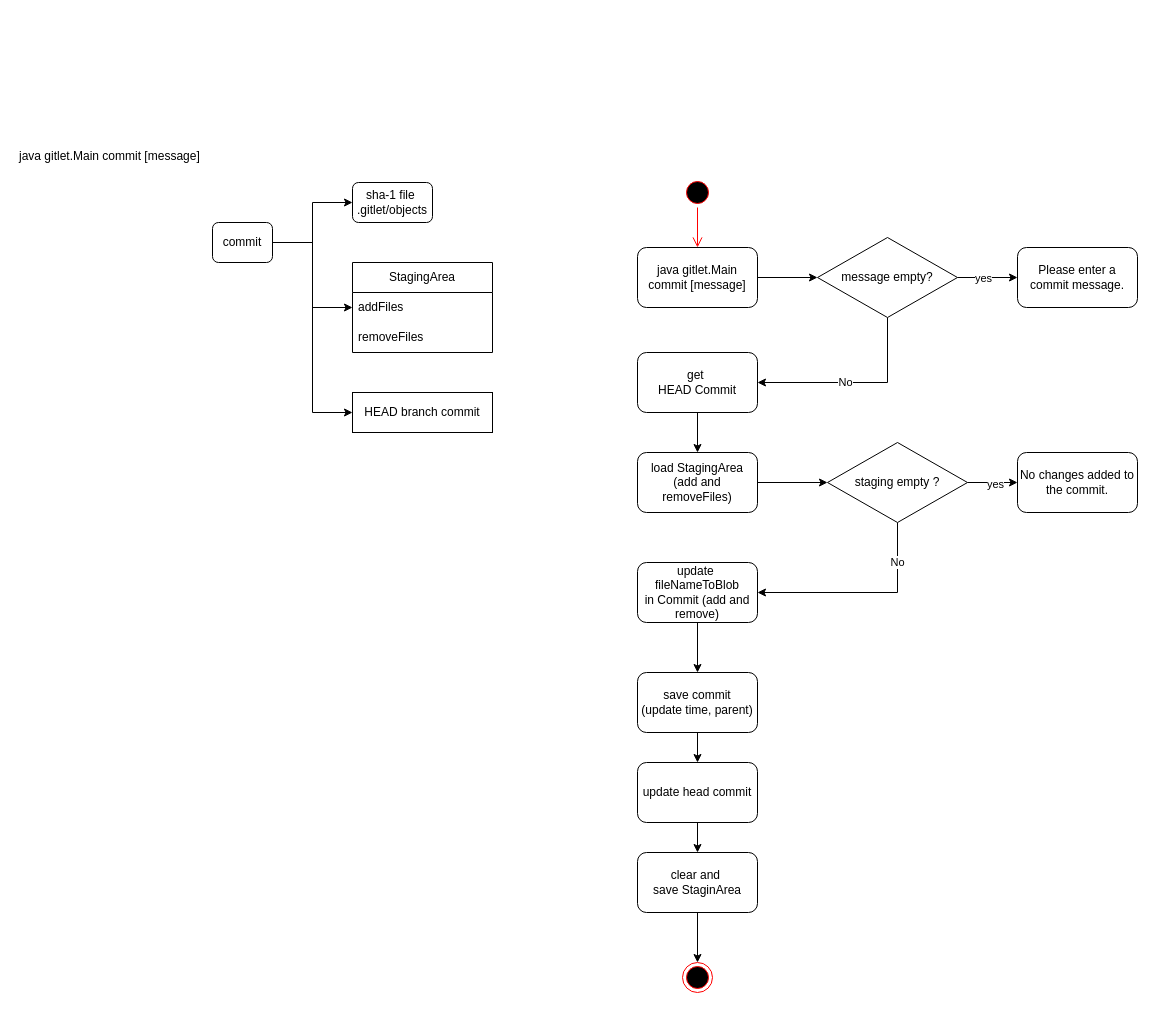
hangocanh2303/cs61b-self-learning keeps this draw.io diagram as page "checkout-1" (4 of 6) of proj2/design.drawio. Above is the earlier version. Source tidied: cells renumbered, new cells numbered last; positions are measured from the earlier drawing's top-left corner, leaving out a move shared by most shapes. Both pictures are drawn from the tidied source at 100%, with x=0, y=0 at pixel (17, 142).
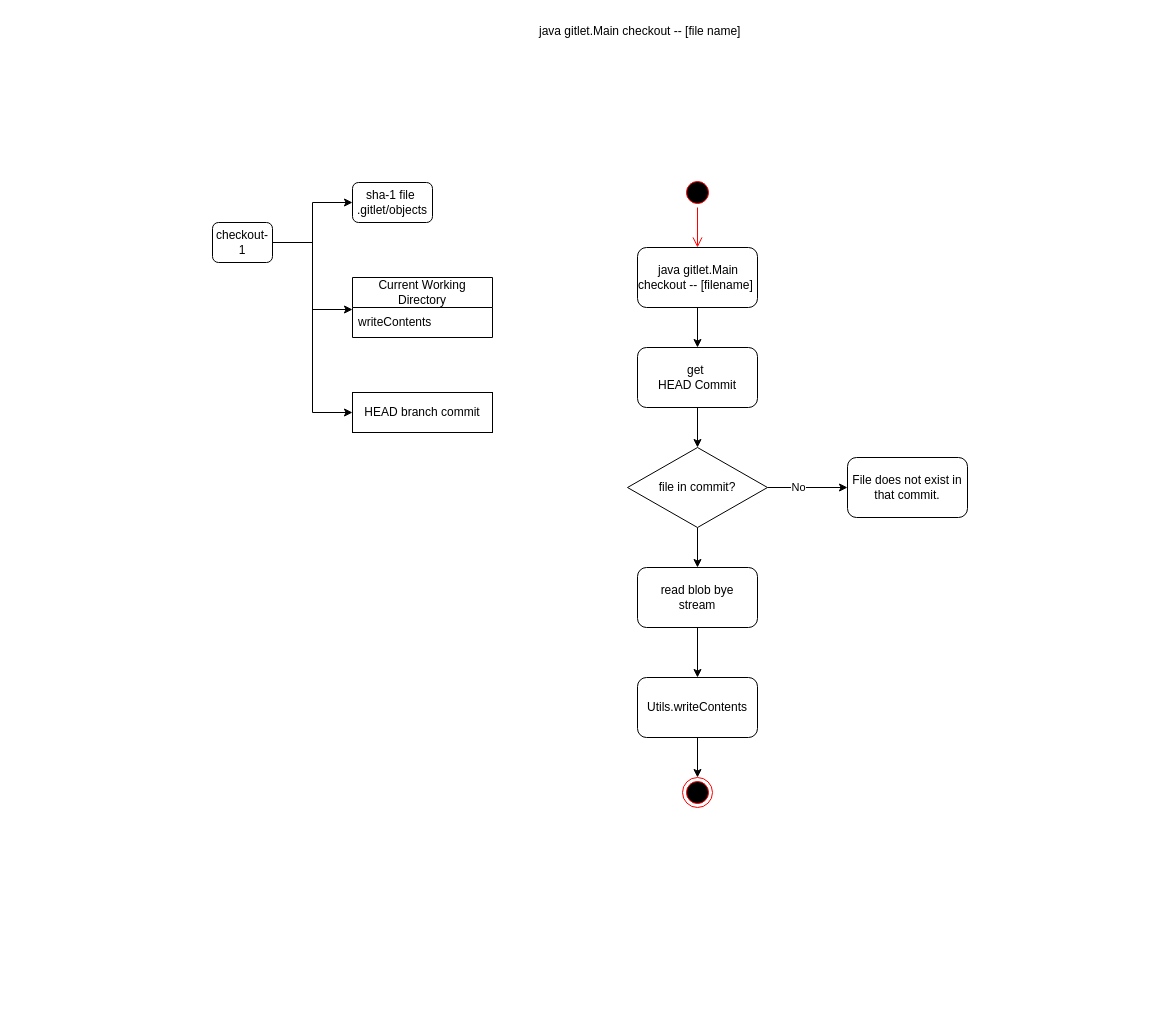
The same page after the edit.

The edit, as a diff of the source:
```diff
@@
-    <mxCell id="2" value="java gitlet.Main commit [message]" style="text;whiteSpace=wrap;" parent="1" vertex="1">
-      <mxGeometry width="210" height="40" as="geometry" />
+    <mxCell id="2" value="java gitlet.Main checkout -- [file name]" style="text;whiteSpace=wrap;" parent="1" vertex="1">
+      <mxGeometry x="520" y="-125" width="210" height="40" as="geometry" />
     </mxCell>
@@
-    <mxCell id="4" style="edgeStyle=orthogonalEdgeStyle;rounded=0;jettySize=auto;html=1;exitX=1;exitY=0.5;exitDx=0;exitDy=0;entryX=0;entryY=0.5;entryDx=0;entryDy=0;" parent="1" edge="1" source="6" target="9">
+    <mxCell id="4" style="edgeStyle=orthogonalEdgeStyle;rounded=0;jettySize=auto;html=1;exitX=1;exitY=0.5;exitDx=0;exitDy=0;entryX=0;entryY=0.067;entryDx=0;entryDy=0;entryPerimeter=0;" parent="1" edge="1" source="6" target="9">
       <mxGeometry relative="1" as="geometry" />
     </mxCell>
@@
-    <mxCell id="6" value="commit" style="rounded=1;whiteSpace=wrap;html=1;" parent="1" vertex="1">
+    <mxCell id="6" value="checkout-1" style="rounded=1;whiteSpace=wrap;html=1;" parent="1" vertex="1">
       <mxGeometry x="195" y="80" width="60" height="40" as="geometry" />
     </mxCell>
@@
-    <mxCell id="8" value="StagingArea" style="swimlane;fontStyle=0;horizontal=1;startSize=30;whiteSpace=wrap;html=1;" parent="1" vertex="1">
-      <mxGeometry x="335" y="120" width="140" height="90" as="geometry" />
+    <mxCell id="8" value="Current Working Directory" style="swimlane;fontStyle=0;horizontal=1;startSize=30;whiteSpace=wrap;html=1;" parent="1" vertex="1">
+      <mxGeometry x="335" y="135" width="140" height="60" as="geometry" />
     </mxCell>
-    <mxCell id="9" value="addFiles" style="text;strokeColor=none;fillColor=none;align=left;verticalAlign=middle;spacingLeft=4;spacingRight=4;overflow=hidden;points=[[0,0.5],[1,0.5]];portConstraint=eastwest;whiteSpace=wrap;html=1;" parent="8" vertex="1">
+    <mxCell id="9" value="writeContents" style="text;strokeColor=none;fillColor=none;align=left;verticalAlign=middle;spacingLeft=4;spacingRight=4;overflow=hidden;points=[[0,0.5],[1,0.5]];portConstraint=eastwest;whiteSpace=wrap;html=1;" parent="8" vertex="1">
       <mxGeometry y="30" width="140" height="30" as="geometry" />
     </mxCell>
-    <mxCell id="10" value="removeFiles" style="text;strokeColor=none;fillColor=none;align=left;verticalAlign=middle;spacingLeft=4;spacingRight=4;overflow=hidden;whiteSpace=wrap;html=1;" parent="8" vertex="1">
-      <mxGeometry y="60" width="140" height="30" as="geometry" />
-    </mxCell>
@@
-    <mxCell id="14" style="edgeStyle=orthogonalEdgeStyle;rounded=0;jettySize=auto;html=1;exitX=1;exitY=0.5;exitDx=0;exitDy=0;entryX=0;entryY=0.5;entryDx=0;entryDy=0;" parent="1" edge="1" source="15" target="39">
-      <mxGeometry relative="1" as="geometry" />
-    </mxCell>
+    <mxCell id="41" style="edgeStyle=orthogonalEdgeStyle;rounded=0;jettySize=auto;html=1;exitX=0.5;exitY=1;exitDx=0;exitDy=0;entryX=0.5;entryY=0;entryDx=0;entryDy=0;" parent="1" edge="1" source="15" target="22">
+      <mxGeometry relative="1" as="geometry" />
+    </mxCell>
-    <mxCell id="15" value="&lt;span style=&quot;text-align: left;&quot;&gt;java gitlet.Main commit [message]&lt;/span&gt;" style="rounded=1;whiteSpace=wrap;html=1;" parent="1" vertex="1">
+    <mxCell id="15" value="&lt;div style=&quot;text-align: left;&quot;&gt;&lt;span style=&quot;background-color: initial;&quot;&gt;&amp;nbsp; &amp;nbsp; &amp;nbsp; java gitlet.Main checkout -- [filename]&lt;/span&gt;&lt;/div&gt;" style="rounded=1;whiteSpace=wrap;html=1;" parent="1" vertex="1">
       <mxGeometry x="620" y="105" width="120" height="60" as="geometry" />
     </mxCell>
-    <mxCell id="16" style="edgeStyle=orthogonalEdgeStyle;rounded=0;jettySize=auto;html=1;exitX=1;exitY=0.5;exitDx=0;exitDy=0;entryX=0;entryY=0.5;entryDx=0;entryDy=0;" parent="1" edge="1" source="20" target="34">
-      <mxGeometry relative="1" as="geometry" />
-    </mxCell>
-    <mxCell id="17" value="yes" style="edgeLabel;html=1;align=center;verticalAlign=middle;" parent="16" vertex="1">
-      <mxGeometry x="0.08" y="-1" relative="1" as="geometry" />
-    </mxCell>
-    <mxCell id="18" style="edgeStyle=orthogonalEdgeStyle;rounded=0;jettySize=auto;html=1;exitX=0.5;exitY=1;exitDx=0;exitDy=0;entryX=1;entryY=0.5;entryDx=0;entryDy=0;" parent="1" edge="1" source="20" target="28">
-      <mxGeometry relative="1" as="geometry" />
-    </mxCell>
-    <mxCell id="19" value="No" style="edgeLabel;html=1;align=center;verticalAlign=middle;" parent="18" vertex="1">
-      <mxGeometry x="-0.63" y="-1" relative="1" as="geometry" />
-    </mxCell>
-    <mxCell id="20" value="staging empty ?" style="rhombus;whiteSpace=wrap;html=1;" parent="1" vertex="1">
-      <mxGeometry x="810" y="300" width="140" height="80" as="geometry" />
-    </mxCell>
-    <mxCell id="21" style="edgeStyle=orthogonalEdgeStyle;rounded=0;jettySize=auto;html=1;exitX=0.5;exitY=1;exitDx=0;exitDy=0;entryX=0.5;entryY=0;entryDx=0;entryDy=0;" parent="1" edge="1" source="22" target="26">
-      <mxGeometry relative="1" as="geometry" />
-    </mxCell>
+    <mxCell id="42" style="edgeStyle=orthogonalEdgeStyle;rounded=0;jettySize=auto;html=1;exitX=0.5;exitY=1;exitDx=0;exitDy=0;entryX=0.5;entryY=0;entryDx=0;entryDy=0;" parent="1" edge="1" source="22" target="46">
+      <mxGeometry relative="1" as="geometry" />
+    </mxCell>
     <mxCell id="22" value="get&amp;nbsp;&lt;br&gt;HEAD Commit" style="rounded=1;whiteSpace=wrap;html=1;" parent="1" vertex="1">
-      <mxGeometry x="620" y="210" width="120" height="60" as="geometry" />
+      <mxGeometry x="620" y="205" width="120" height="60" as="geometry" />
     </mxCell>
-    <mxCell id="23" style="edgeStyle=orthogonalEdgeStyle;rounded=0;jettySize=auto;html=1;exitX=0.5;exitY=1;exitDx=0;exitDy=0;entryX=0.5;entryY=0;entryDx=0;entryDy=0;" parent="1" edge="1" source="31" target="24">
-      <mxGeometry relative="1" as="geometry" />
-    </mxCell>
-    <mxCell id="24" style="ellipse;html=1;shape=endState;fillColor=#000000;strokeColor=#ff0000;" parent="1" vertex="1">
-      <mxGeometry x="665" y="820" width="30" height="30" as="geometry" />
-    </mxCell>
-    <mxCell id="25" style="edgeStyle=orthogonalEdgeStyle;rounded=0;jettySize=auto;html=1;exitX=1;exitY=0.5;exitDx=0;exitDy=0;entryX=0;entryY=0.5;entryDx=0;entryDy=0;" parent="1" edge="1" source="26" target="20">
-      <mxGeometry relative="1" as="geometry" />
-    </mxCell>
-    <mxCell id="26" value="load StagingArea&lt;div&gt;(add and removeFiles)&lt;/div&gt;" style="rounded=1;whiteSpace=wrap;html=1;" parent="1" vertex="1">
-      <mxGeometry x="620" y="310" width="120" height="60" as="geometry" />
-    </mxCell>
-    <mxCell id="27" style="edgeStyle=orthogonalEdgeStyle;rounded=0;jettySize=auto;html=1;exitX=0.5;exitY=1;exitDx=0;exitDy=0;entryX=0.5;entryY=0;entryDx=0;entryDy=0;" parent="1" edge="1" source="28" target="30">
-      <mxGeometry relative="1" as="geometry" />
-    </mxCell>
-    <mxCell id="28" value="update&amp;nbsp;&lt;div&gt;fileNameToBlob&lt;/div&gt;&lt;div&gt;in Commit (add and remove)&lt;/div&gt;" style="rounded=1;whiteSpace=wrap;html=1;" parent="1" vertex="1">
-      <mxGeometry x="620" y="420" width="120" height="60" as="geometry" />
-    </mxCell>
-    <mxCell id="29" style="edgeStyle=orthogonalEdgeStyle;rounded=0;jettySize=auto;html=1;exitX=0.5;exitY=1;exitDx=0;exitDy=0;" parent="1" edge="1" source="30" target="33">
-      <mxGeometry relative="1" as="geometry" />
-    </mxCell>
-    <mxCell id="30" value="save commit&lt;div&gt;(update time, parent)&lt;/div&gt;" style="rounded=1;whiteSpace=wrap;html=1;" parent="1" vertex="1">
-      <mxGeometry x="620" y="530" width="120" height="60" as="geometry" />
-    </mxCell>
-    <mxCell id="31" value="clear and&amp;nbsp;&lt;div&gt;save StaginArea&lt;/div&gt;" style="rounded=1;whiteSpace=wrap;html=1;" parent="1" vertex="1">
-      <mxGeometry x="620" y="710" width="120" height="60" as="geometry" />
-    </mxCell>
-    <mxCell id="32" style="edgeStyle=orthogonalEdgeStyle;rounded=0;jettySize=auto;html=1;exitX=0.5;exitY=1;exitDx=0;exitDy=0;entryX=0.5;entryY=0;entryDx=0;entryDy=0;" parent="1" edge="1" source="33" target="31">
-      <mxGeometry relative="1" as="geometry" />
-    </mxCell>
-    <mxCell id="33" value="update head commit" style="rounded=1;whiteSpace=wrap;html=1;" parent="1" vertex="1">
-      <mxGeometry x="620" y="620" width="120" height="60" as="geometry" />
-    </mxCell>
-    <mxCell id="34" value="No changes added to the commit." style="rounded=1;whiteSpace=wrap;html=1;" parent="1" vertex="1">
-      <mxGeometry x="1000" y="310" width="120" height="60" as="geometry" />
-    </mxCell>
-    <mxCell id="35" style="edgeStyle=orthogonalEdgeStyle;rounded=0;jettySize=auto;html=1;exitX=1;exitY=0.5;exitDx=0;exitDy=0;entryX=0;entryY=0.5;entryDx=0;entryDy=0;" parent="1" edge="1" source="39" target="40">
-      <mxGeometry relative="1" as="geometry" />
-    </mxCell>
-    <mxCell id="36" value="yes" style="edgeLabel;html=1;align=center;verticalAlign=middle;" parent="35" vertex="1">
-      <mxGeometry x="-0.17" relative="1" as="geometry" />
-    </mxCell>
-    <mxCell id="37" style="edgeStyle=orthogonalEdgeStyle;rounded=0;jettySize=auto;html=1;exitX=0.5;exitY=1;exitDx=0;exitDy=0;entryX=1;entryY=0.5;entryDx=0;entryDy=0;" parent="1" edge="1" source="39" target="22">
-      <mxGeometry relative="1" as="geometry" />
-    </mxCell>
-    <mxCell id="38" value="No" style="edgeLabel;html=1;align=center;verticalAlign=middle;" parent="37" vertex="1">
-      <mxGeometry x="0.11" y="-1" relative="1" as="geometry" />
-    </mxCell>
-    <mxCell id="39" value="message empty?" style="rhombus;whiteSpace=wrap;html=1;" parent="1" vertex="1">
-      <mxGeometry x="800" y="95" width="140" height="80" as="geometry" />
-    </mxCell>
-    <mxCell id="40" value="Please enter a commit message." style="rounded=1;whiteSpace=wrap;html=1;" parent="1" vertex="1">
-      <mxGeometry x="1000" y="105" width="120" height="60" as="geometry" />
-    </mxCell>
+    <mxCell id="43" style="edgeStyle=orthogonalEdgeStyle;rounded=0;jettySize=auto;html=1;exitX=1;exitY=0.5;exitDx=0;exitDy=0;" parent="1" edge="1" source="46" target="47">
+      <mxGeometry relative="1" as="geometry" />
+    </mxCell>
+    <mxCell id="44" value="No" style="edgeLabel;html=1;align=center;verticalAlign=middle;" parent="43" vertex="1">
+      <mxGeometry x="-0.25" y="1" relative="1" as="geometry" />
+    </mxCell>
+    <mxCell id="45" style="edgeStyle=orthogonalEdgeStyle;rounded=0;jettySize=auto;html=1;exitX=0.5;exitY=1;exitDx=0;exitDy=0;entryX=0.5;entryY=0;entryDx=0;entryDy=0;" parent="1" edge="1" source="46" target="49">
+      <mxGeometry relative="1" as="geometry" />
+    </mxCell>
+    <mxCell id="46" value="file in commit?" style="rhombus;whiteSpace=wrap;html=1;" parent="1" vertex="1">
+      <mxGeometry x="610" y="305" width="140" height="80" as="geometry" />
+    </mxCell>
+    <mxCell id="47" value="File does not exist in that commit." style="rounded=1;whiteSpace=wrap;html=1;" parent="1" vertex="1">
+      <mxGeometry x="830" y="315" width="120" height="60" as="geometry" />
+    </mxCell>
+    <mxCell id="48" style="edgeStyle=orthogonalEdgeStyle;rounded=0;jettySize=auto;html=1;exitX=0.5;exitY=1;exitDx=0;exitDy=0;" parent="1" edge="1" source="49" target="51">
+      <mxGeometry relative="1" as="geometry" />
+    </mxCell>
+    <mxCell id="49" value="read blob bye&lt;br&gt;stream" style="rounded=1;whiteSpace=wrap;html=1;" parent="1" vertex="1">
+      <mxGeometry x="620" y="425" width="120" height="60" as="geometry" />
+    </mxCell>
+    <mxCell id="50" style="edgeStyle=orthogonalEdgeStyle;rounded=0;jettySize=auto;html=1;exitX=0.5;exitY=1;exitDx=0;exitDy=0;entryX=0.5;entryY=0;entryDx=0;entryDy=0;" parent="1" edge="1" source="51" target="52">
+      <mxGeometry relative="1" as="geometry" />
+    </mxCell>
+    <mxCell id="51" value="Utils.writeContents" style="rounded=1;whiteSpace=wrap;html=1;" parent="1" vertex="1">
+      <mxGeometry x="620" y="535" width="120" height="60" as="geometry" />
+    </mxCell>
+    <mxCell id="52" style="ellipse;html=1;shape=endState;fillColor=#000000;strokeColor=#ff0000;" parent="1" vertex="1">
+      <mxGeometry x="665" y="635" width="30" height="30" as="geometry" />
+    </mxCell>
```
